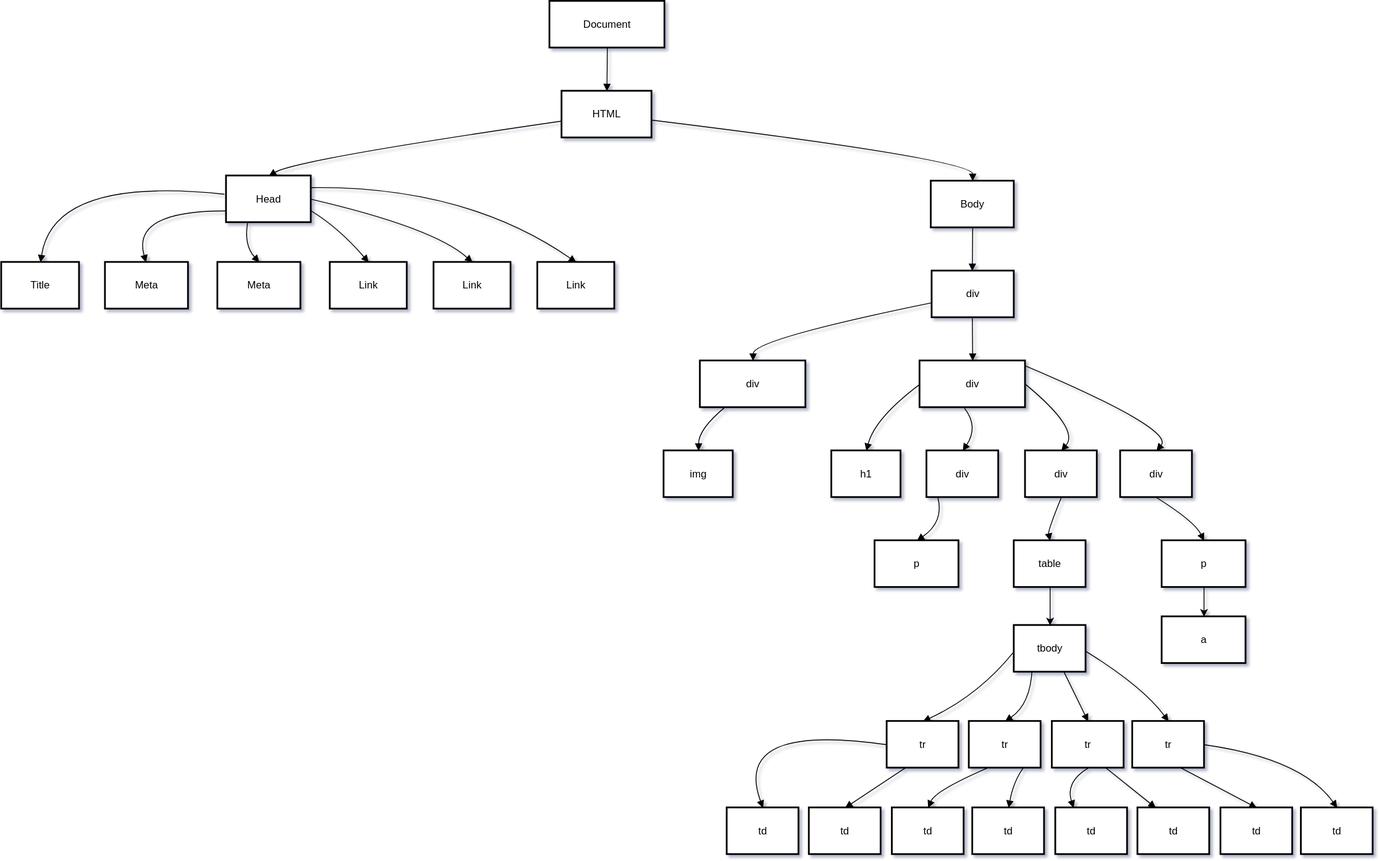
Above: docs/DOM Perfil.svg in Brhandon28/ATI (draw.io), before the change. Source tidied: cells renumbered, new cells last; positions are measured from the earlier drawing's top-left corner, leaving out a move shared by most shapes.
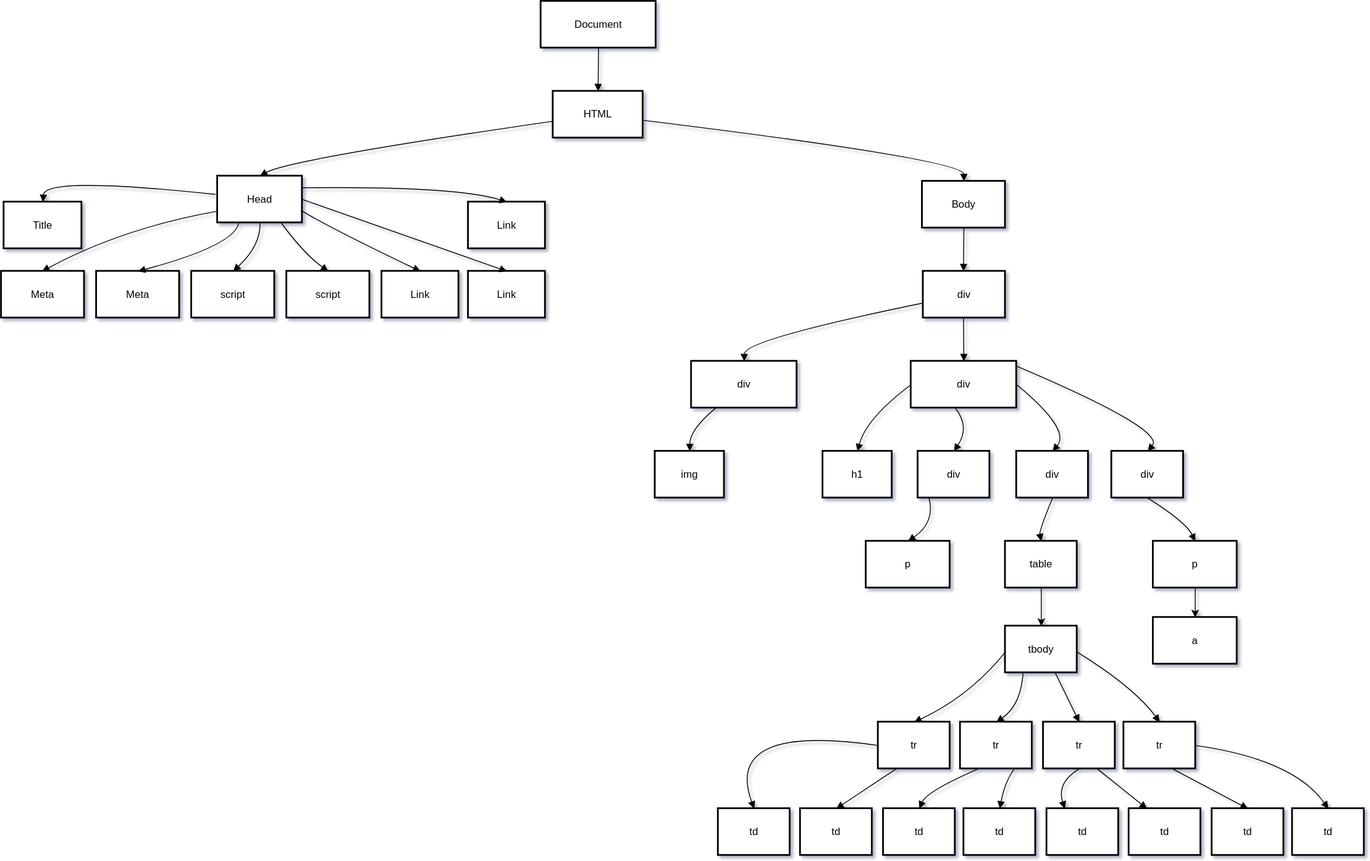
Above is the later version.

Commit message:
DOM Perfil

What changed in the source:
```diff
@@ -15,13 +15,13 @@
       <mxGeometry x="1075" y="208" width="96" height="54" as="geometry" />
     </mxCell>
     <mxCell id="6" value="Title" style="whiteSpace=wrap;strokeWidth=2;" parent="1" vertex="1">
-      <mxGeometry y="302" width="90" height="54" as="geometry" />
+      <mxGeometry x="13" y="232" width="90" height="54" as="geometry" />
     </mxCell>
     <mxCell id="7" value="Meta" style="whiteSpace=wrap;strokeWidth=2;" parent="1" vertex="1">
-      <mxGeometry x="120" y="302" width="96" height="54" as="geometry" />
+      <mxGeometry x="10" y="312" width="96" height="54" as="geometry" />
     </mxCell>
     <mxCell id="8" value="Link" style="whiteSpace=wrap;strokeWidth=2;" parent="1" vertex="1">
-      <mxGeometry x="620" y="302" width="89" height="54" as="geometry" />
+      <mxGeometry x="550" y="232" width="89" height="54" as="geometry" />
     </mxCell>
     <mxCell id="9" value="div" style="whiteSpace=wrap;strokeWidth=2;" parent="1" vertex="1">
       <mxGeometry x="1076" y="312" width="95" height="54" as="geometry" />
@@ -71,7 +71,7 @@
     <mxCell id="20" style="curved=1;startArrow=none;endArrow=block;exitX=0;exitY=0.75;entryX=0.49;entryY=0;exitDx=0;exitDy=0;" parent="1" edge="1" source="4" target="7">
       <mxGeometry relative="1" as="geometry">
         <Array as="points">
-          <mxPoint x="150" y="242" />
+          <mxPoint x="150" y="262" />
         </Array>
       </mxGeometry>
     </mxCell>
@@ -124,20 +124,16 @@
       </mxGeometry>
     </mxCell>
     <mxCell id="29" value="Meta" style="whiteSpace=wrap;strokeWidth=2;" parent="1" vertex="1">
-      <mxGeometry x="250" y="302" width="96" height="54" as="geometry" />
+      <mxGeometry x="120" y="312" width="96" height="54" as="geometry" />
     </mxCell>
     <mxCell id="30" value="Link" style="whiteSpace=wrap;strokeWidth=2;" parent="1" vertex="1">
-      <mxGeometry x="380" y="302" width="89" height="54" as="geometry" />
+      <mxGeometry x="450" y="312" width="89" height="54" as="geometry" />
     </mxCell>
     <mxCell id="31" value="Link" style="whiteSpace=wrap;strokeWidth=2;" parent="1" vertex="1">
-      <mxGeometry x="500" y="302" width="89" height="54" as="geometry" />
+      <mxGeometry x="550" y="312" width="89" height="54" as="geometry" />
     </mxCell>
     <mxCell id="32" style="curved=1;startArrow=none;endArrow=block;exitX=1;exitY=0.5;entryX=0.5;entryY=0;exitDx=0;exitDy=0;entryDx=0;entryDy=0;" parent="1" edge="1" source="4" target="31">
-      <mxGeometry relative="1" as="geometry">
-        <Array as="points">
-          <mxPoint x="500" y="262" />
-        </Array>
-      </mxGeometry>
+      <mxGeometry relative="1" as="geometry" />
     </mxCell>
     <mxCell id="33" style="curved=1;startArrow=none;endArrow=block;exitX=1;exitY=0.75;entryX=0.5;entryY=0;exitDx=0;exitDy=0;entryDx=0;entryDy=0;" parent="1" edge="1" source="4" target="30">
       <mxGeometry relative="1" as="geometry">
@@ -311,5 +307,25 @@
     <mxCell id="70" value="a" style="whiteSpace=wrap;strokeWidth=2;" parent="1" vertex="1">
       <mxGeometry x="1342" y="712" width="97" height="54" as="geometry" />
     </mxCell>
+    <mxCell id="71" value="script" style="whiteSpace=wrap;strokeWidth=2;" parent="1" vertex="1">
+      <mxGeometry x="230" y="312" width="96" height="54" as="geometry" />
+    </mxCell>
+    <mxCell id="72" style="curved=1;startArrow=none;endArrow=block;exitX=0.5;exitY=1;entryX=0.5;entryY=0;exitDx=0;exitDy=0;entryDx=0;entryDy=0;" parent="1" edge="1" source="4" target="71">
+      <mxGeometry relative="1" as="geometry">
+        <Array as="points">
+          <mxPoint x="310" y="282" />
+        </Array>
+      </mxGeometry>
+    </mxCell>
+    <mxCell id="73" value="script" style="whiteSpace=wrap;strokeWidth=2;" parent="1" vertex="1">
+      <mxGeometry x="340" y="312" width="96" height="54" as="geometry" />
+    </mxCell>
+    <mxCell id="74" style="curved=1;startArrow=none;endArrow=block;exitX=0.75;exitY=1;entryX=0.5;entryY=0;exitDx=0;exitDy=0;entryDx=0;entryDy=0;" parent="1" edge="1" source="4" target="73">
+      <mxGeometry relative="1" as="geometry">
+        <Array as="points">
+          <mxPoint x="360" y="292" />
+        </Array>
+      </mxGeometry>
+    </mxCell>
   </root>
 </mxGraphModel>
```
